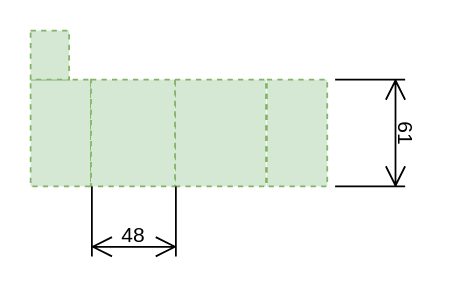
This is HouseRoof.drawio from algimas/tmp, a draw.io file, before an edit. Source tidied: cells renumbered, new cells numbered last; positions are measured from the earlier drawing's top-left corner, leaving out a move shared by most shapes. Both pictures are drawn from the tidied source at 175%, with x=0, y=0 at pixel (30, 30).
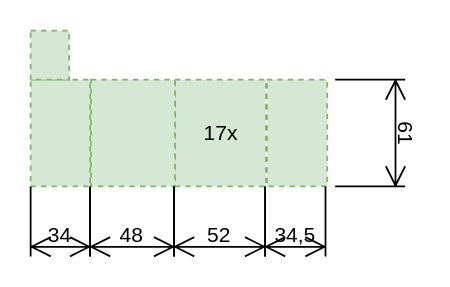
The same page after the edit.

What changed in the source:
```diff
@@
 <mxGraphModel>
   <root>
     <mxCell id="0" />
     <mxCell id="1" parent="0" />
     <mxCell id="2" style="rounded=0;whiteSpace=wrap;html=1;fillColor=#d5e8d4;strokeColor=#82b366;dashed=1;" parent="1" vertex="1">
       <mxGeometry x="135" y="28" width="34.5" height="61" as="geometry" />
     </mxCell>
     <mxCell id="3" style="rounded=0;whiteSpace=wrap;html=1;fillColor=#d5e8d4;strokeColor=#82b366;dashed=1;" parent="1" vertex="1">
-      <mxGeometry y="28" width="34.5" height="61" as="geometry" />
+      <mxGeometry y="28" width="34" height="61" as="geometry" />
     </mxCell>
     <mxCell id="4" style="rounded=0;whiteSpace=wrap;html=1;fillColor=#d5e8d4;strokeColor=#82b366;dashed=1;" parent="1" vertex="1">
       <mxGeometry width="22" height="28" as="geometry" />
     </mxCell>
-    <mxCell id="5" style="rounded=0;whiteSpace=wrap;html=1;fillColor=#d5e8d4;strokeColor=#82b366;dashed=1;" parent="1" vertex="1">
+    <mxCell id="5" value="17x" style="rounded=0;whiteSpace=wrap;html=1;fillColor=#d5e8d4;strokeColor=#82b366;dashed=1;" parent="1" vertex="1">
       <mxGeometry x="82.5" y="28" width="52" height="61" as="geometry" />
     </mxCell>
     <mxCell id="6" style="rounded=0;whiteSpace=wrap;html=1;fillColor=#d5e8d4;strokeColor=#82b366;dashed=1;" parent="1" vertex="1">
       <mxGeometry x="34.5" y="28" width="48" height="61" as="geometry" />
     </mxCell>
     <mxCell id="7" value="61" style="shape=dimension;direction=south;whiteSpace=wrap;html=1;align=center;verticalAlign=top;labelBackgroundColor=none;horizontal=0;spacingTop=-15;rotation=180;" parent="1" vertex="1">
       <mxGeometry x="174" y="28" width="40" height="61" as="geometry" />
     </mxCell>
     <mxCell id="8" value="48" style="shape=dimension;whiteSpace=wrap;html=1;align=center;verticalAlign=bottom;spacingBottom=3;labelBackgroundColor=none;" parent="1" vertex="1">
-      <mxGeometry x="35" y="89" width="48" height="40" as="geometry" />
+      <mxGeometry x="34" y="89" width="48" height="40" as="geometry" />
     </mxCell>
+    <mxCell id="9" value="52" style="shape=dimension;whiteSpace=wrap;html=1;align=center;verticalAlign=bottom;spacingBottom=3;labelBackgroundColor=none;" parent="1" vertex="1">
+      <mxGeometry x="82" y="89" width="52" height="40" as="geometry" />
+    </mxCell>
+    <mxCell id="10" value="34,5" style="shape=dimension;whiteSpace=wrap;html=1;align=center;verticalAlign=bottom;spacingBottom=3;labelBackgroundColor=none;" parent="1" vertex="1">
+      <mxGeometry x="134" y="89" width="34.5" height="40" as="geometry" />
+    </mxCell>
+    <mxCell id="11" value="34" style="shape=dimension;whiteSpace=wrap;html=1;align=center;verticalAlign=bottom;spacingBottom=3;labelBackgroundColor=none;" parent="1" vertex="1">
+      <mxGeometry y="89" width="34" height="40" as="geometry" />
+    </mxCell>
   </root>
 </mxGraphModel>
```
